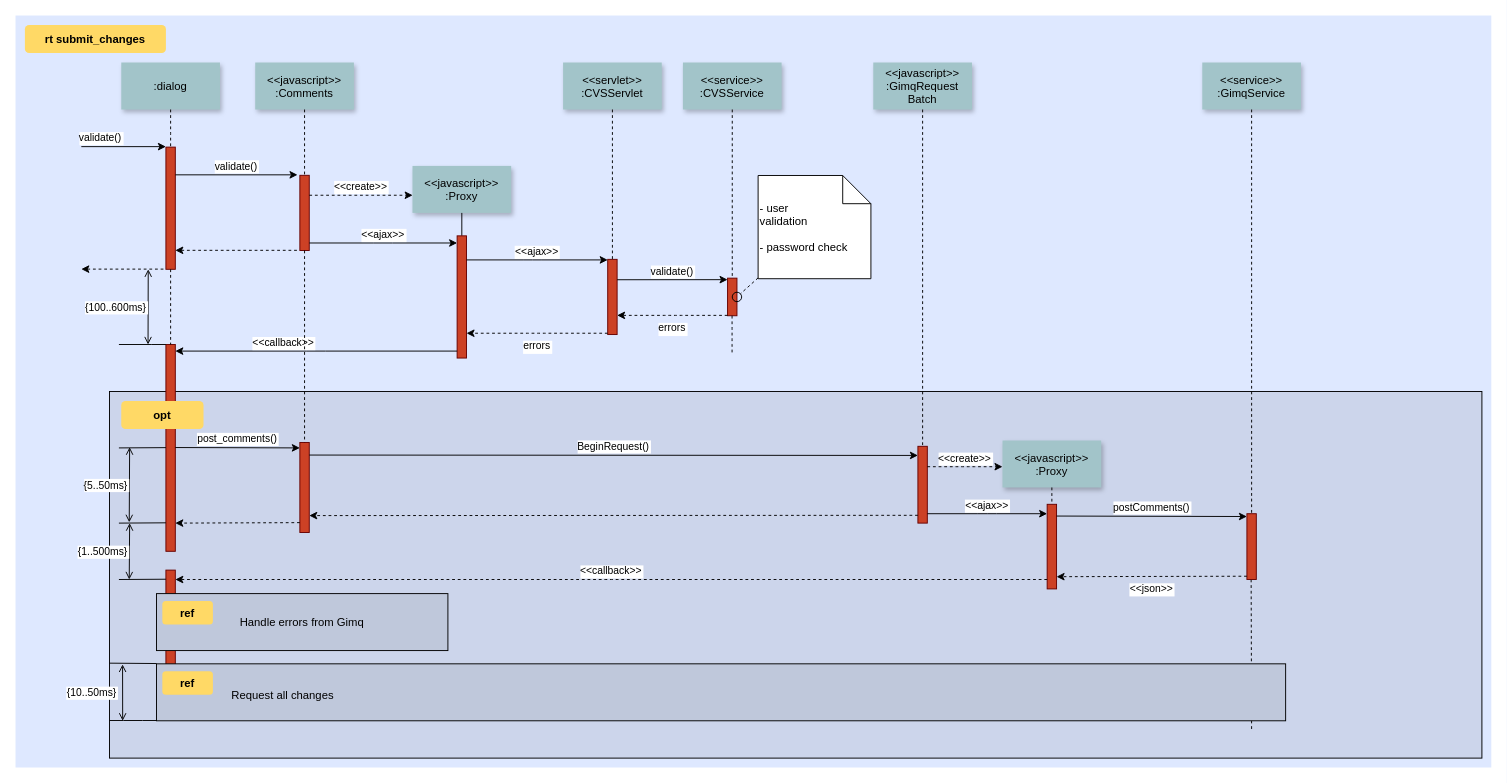
Above: 未命名绘图.drawio in geeker-lait/diagrams (draw.io), before the change. Source tidied: cells renumbered, new cells numbered last; positions are measured from the earlier drawing's top-left corner, leaving out a move shared by most shapes. Both pictures are drawn from the tidied source at 94%, with x=0, y=0 at pixel (15, 15).
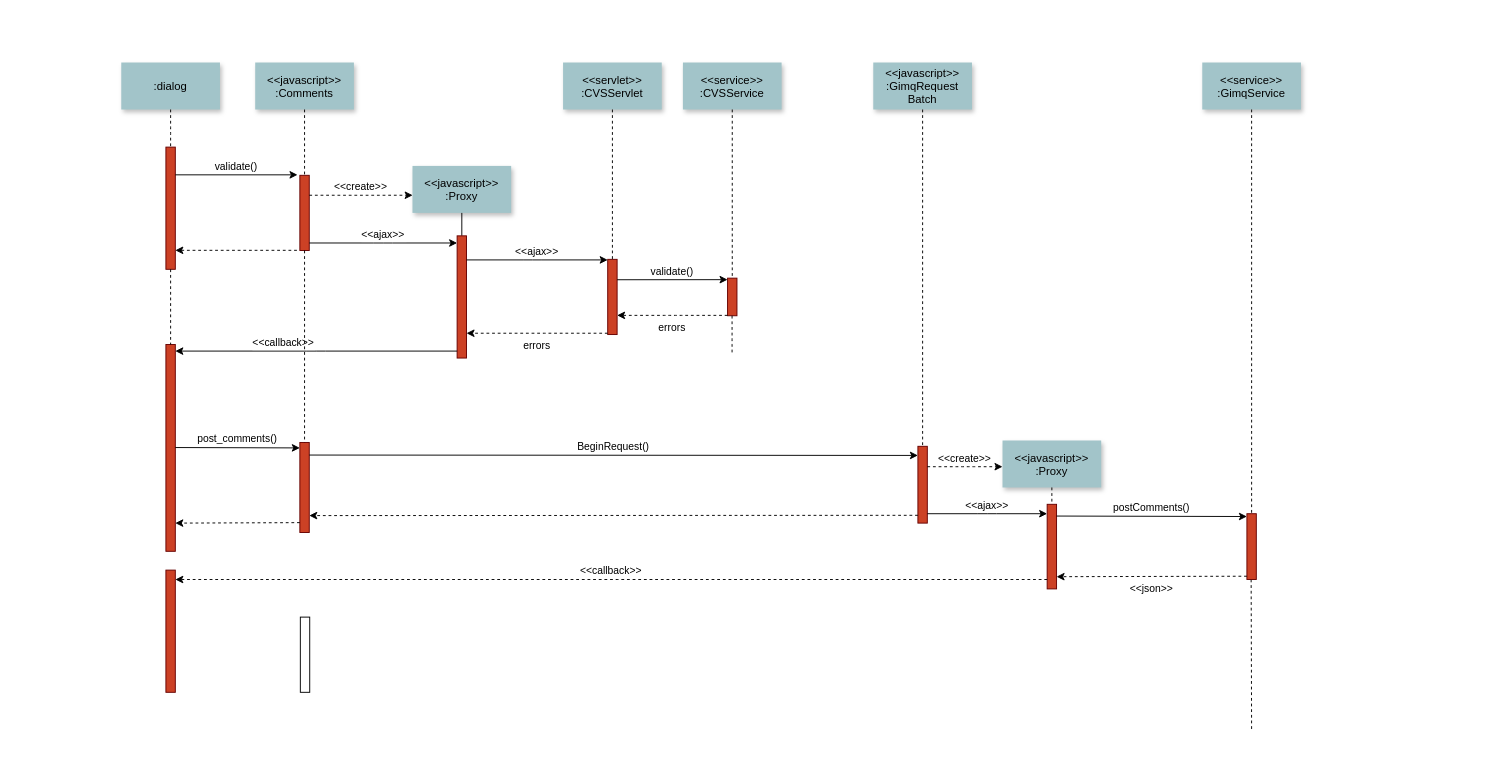
The same page after the edit.

Commit message:
更新未命名绘图.drawio

The change refers to these unchanged cells:
```xml
<mxCell id="35" style="fillColor=#CC4125;strokeColor=#660000;" parent="1" vertex="1">
  <mxGeometry x="160" y="350" width="10" height="220" as="geometry" />
</mxCell>
```

The edit, as a diff of the source:
```diff
@@
-    <mxCell id="2" style="fillColor=#DEE8FF;strokeColor=none;" parent="1" vertex="1">
-      <mxGeometry width="1570" height="800" as="geometry" />
-    </mxCell>
-    <mxCell id="3" style="fillColor=#CCD5EB;" parent="1" vertex="1">
-      <mxGeometry x="100" y="400" width="1460" height="390" as="geometry" />
-    </mxCell>
@@
-    <mxCell id="6" value="validate()" style="edgeStyle=none;verticalLabelPosition=top;verticalAlign=bottom;labelPosition=left;align=right;" parent="1" edge="1">
-      <mxGeometry x="110" y="49.5" as="geometry">
-        <mxPoint x="70" y="139.5" as="sourcePoint" />
-        <mxPoint x="160" y="139.5" as="targetPoint" />
-      </mxGeometry>
-    </mxCell>
@@
-    <mxCell id="13" style="edgeStyle=none;verticalLabelPosition=top;verticalAlign=bottom;labelPosition=left;align=right;endArrow=none;startArrow=classic;dashed=1;" parent="1" edge="1">
-      <mxGeometry x="110" y="179.8" as="geometry">
-        <mxPoint x="70" y="269.8" as="sourcePoint" />
-        <mxPoint x="160" y="269.8" as="targetPoint" />
-      </mxGeometry>
-    </mxCell>
@@
-    <mxCell id="32" style="ellipse;fillColor=none;" parent="1" vertex="1">
-      <mxGeometry x="762.5" y="294.4" width="10" height="10" as="geometry" />
-    </mxCell>
-    <mxCell id="33" value=" - user&#10; validation&#10;&#10; - password check" style="shape=note;align=left;" parent="1" vertex="1">
-      <mxGeometry x="790" y="170.2" width="120" height="109.8" as="geometry" />
-    </mxCell>
-    <mxCell id="34" style="edgeStyle=none;endArrow=none;dashed=1;" parent="1" edge="1" source="33" target="32">
-      <mxGeometry x="1030" y="180" as="geometry" />
-    </mxCell>
@@
-    <mxCell id="38" style="edgeStyle=elbowEdgeStyle;elbow=vertical;endArrow=none;" parent="1" edge="1" source="35">
-      <mxGeometry x="60" y="310" as="geometry">
-        <mxPoint x="110" y="350" as="targetPoint" />
-      </mxGeometry>
-    </mxCell>
-    <mxCell id="39" value="{100..600ms}" style="edgeStyle=elbowEdgeStyle;elbow=horizontal;startArrow=open;endArrow=open;labelPosition=left;align=right;" parent="1" edge="1">
-      <mxGeometry x="61.2" y="290" as="geometry">
-        <mxPoint x="141.2" y="270" as="sourcePoint" />
-        <mxPoint x="141.2" y="350" as="targetPoint" />
-      </mxGeometry>
-    </mxCell>
@@
-    <mxCell id="60" value="rt submit_changes" style="rounded=1;fontStyle=1;fillColor=#FFD966;strokeColor=none;" parent="1" vertex="1">
-      <mxGeometry x="10" y="10" width="150" height="30" as="geometry" />
-    </mxCell>
-    <mxCell id="61" value="opt" style="rounded=1;fontStyle=1;fillColor=#FFD966;strokeColor=none;" parent="1" vertex="1">
-      <mxGeometry x="112.5" y="410" width="87.5" height="30" as="geometry" />
-    </mxCell>
-    <mxCell id="62" value="Handle errors from Gimq" style="fillColor=#BFC8DB;" parent="1" vertex="1">
-      <mxGeometry x="150" y="615" width="310" height="60.6" as="geometry" />
-    </mxCell>
-    <mxCell id="63" value="ref" style="rounded=1;fontStyle=1;fillColor=#FFD966;strokeColor=none;" parent="1" vertex="1">
-      <mxGeometry x="156.2" y="622.9" width="53.8" height="25" as="geometry" />
-    </mxCell>
-    <mxCell id="64" style="align=left;fillColor=#BFC8DB;" parent="1" vertex="1">
-      <mxGeometry x="150" y="689.7" width="1201.2" height="60.6" as="geometry" />
-    </mxCell>
-    <mxCell id="65" value="ref" style="rounded=1;fontStyle=1;fillColor=#FFD966;strokeColor=none;" parent="1" vertex="1">
-      <mxGeometry x="156.2" y="697.6" width="53.8" height="25" as="geometry" />
-    </mxCell>
-    <mxCell id="66" value="Request all changes" style="text;align=left;" parent="1" vertex="1">
-      <mxGeometry x="228.1" y="710.1" width="351.8" height="26" as="geometry" />
-    </mxCell>
-    <mxCell id="67" style="edgeStyle=elbowEdgeStyle;elbow=vertical;endArrow=none;" parent="1" edge="1">
-      <mxGeometry x="60" y="419.7" as="geometry">
-        <mxPoint x="160" y="459.7" as="sourcePoint" />
-        <mxPoint x="110" y="459.7" as="targetPoint" />
-      </mxGeometry>
-    </mxCell>
-    <mxCell id="68" style="edgeStyle=elbowEdgeStyle;elbow=vertical;endArrow=none;" parent="1" edge="1">
-      <mxGeometry x="60" y="499.7" as="geometry">
-        <mxPoint x="160" y="539.7" as="sourcePoint" />
-        <mxPoint x="110" y="539.7" as="targetPoint" />
-      </mxGeometry>
-    </mxCell>
-    <mxCell id="69" style="edgeStyle=elbowEdgeStyle;elbow=vertical;endArrow=none;" parent="1" edge="1">
-      <mxGeometry x="60" y="559.7" as="geometry">
-        <mxPoint x="160" y="599.7" as="sourcePoint" />
-        <mxPoint x="110" y="599.7" as="targetPoint" />
-      </mxGeometry>
-    </mxCell>
-    <mxCell id="70" style="edgeStyle=elbowEdgeStyle;elbow=vertical;endArrow=none;" parent="1" edge="1">
-      <mxGeometry x="50" y="649.4" as="geometry">
-        <mxPoint x="150" y="689.4" as="sourcePoint" />
-        <mxPoint x="100" y="689.4" as="targetPoint" />
-      </mxGeometry>
-    </mxCell>
-    <mxCell id="71" style="edgeStyle=elbowEdgeStyle;elbow=vertical;endArrow=none;" parent="1" edge="1">
-      <mxGeometry x="50" y="710" as="geometry">
-        <mxPoint x="150" y="750" as="sourcePoint" />
-        <mxPoint x="100" y="750" as="targetPoint" />
-      </mxGeometry>
-    </mxCell>
-    <mxCell id="72" value="{5..50ms}" style="edgeStyle=elbowEdgeStyle;elbow=horizontal;startArrow=open;endArrow=open;labelPosition=left;align=right;" parent="1" edge="1">
-      <mxGeometry x="41.4" y="479.2" as="geometry">
-        <mxPoint x="121.4" y="459.2" as="sourcePoint" />
-        <mxPoint x="121.4" y="539.2" as="targetPoint" />
-      </mxGeometry>
-    </mxCell>
-    <mxCell id="73" value="{1..500ms}" style="edgeStyle=elbowEdgeStyle;elbow=horizontal;startArrow=open;endArrow=open;labelPosition=left;align=right;" parent="1" edge="1">
-      <mxGeometry x="42.9" y="560" as="geometry">
-        <mxPoint x="121.4" y="540" as="sourcePoint" />
-        <mxPoint x="121.4" y="600" as="targetPoint" />
-      </mxGeometry>
-    </mxCell>
-    <mxCell id="74" value="{10..50ms}" style="edgeStyle=elbowEdgeStyle;elbow=horizontal;startArrow=open;endArrow=open;labelPosition=left;align=right;" parent="1" edge="1">
-      <mxGeometry as="geometry">
-        <mxPoint x="113.9" y="690.3" as="sourcePoint" />
-        <mxPoint x="113.9" y="750.3" as="targetPoint" />
-        <mxPoint x="-4.2" y="-0.3" as="offset" />
-      </mxGeometry>
-    </mxCell>
+    <mxCell id="75" style="html=1;perimeter=orthogonalPerimeter;" parent="1" vertex="1">
+      <mxGeometry x="303" y="640" width="10" height="80" as="geometry" />
+    </mxCell>
```
